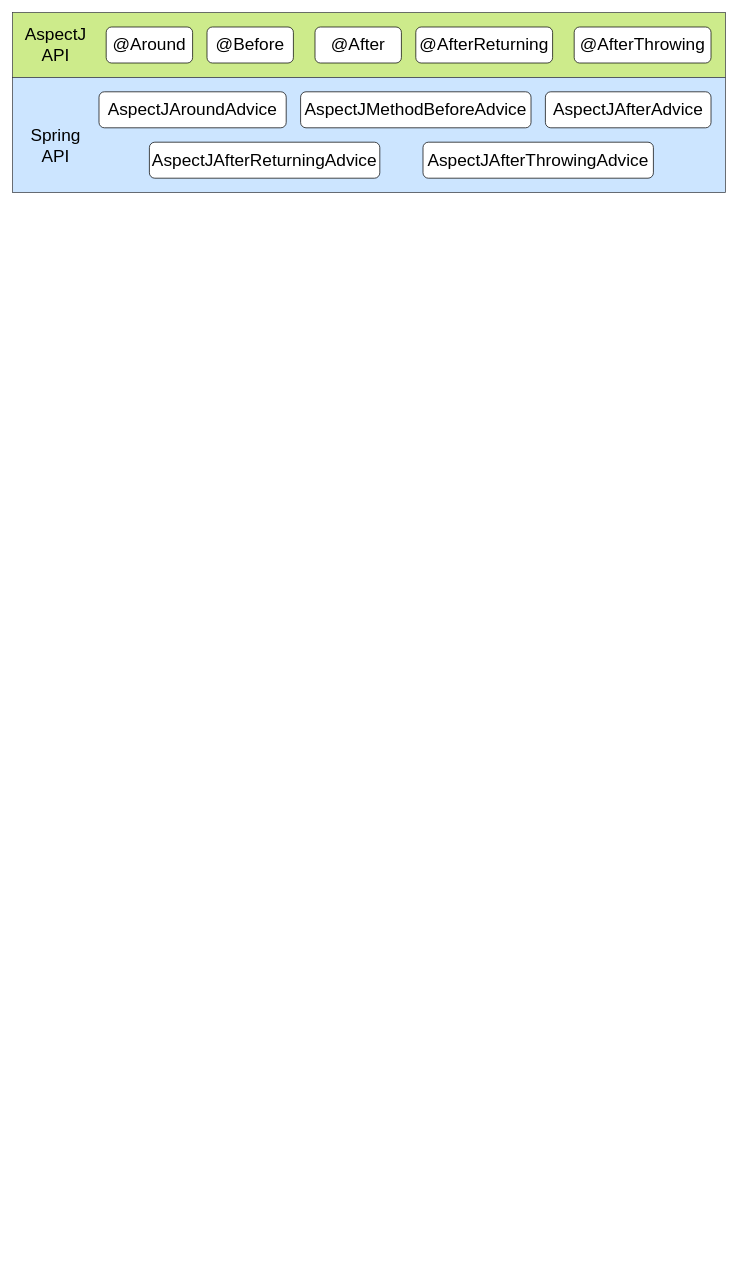
The draw.io diagram spring/AOP-AspectJ-Advice.drawio in GitHeP/diagrams, before the edit. Source tidied: cells renumbered, new cells numbered last; positions are measured from the earlier drawing's top-left corner, leaving out a move shared by most shapes. Both pictures are drawn from the tidied source at 72%, with x=0, y=0 at pixel (12, 12).
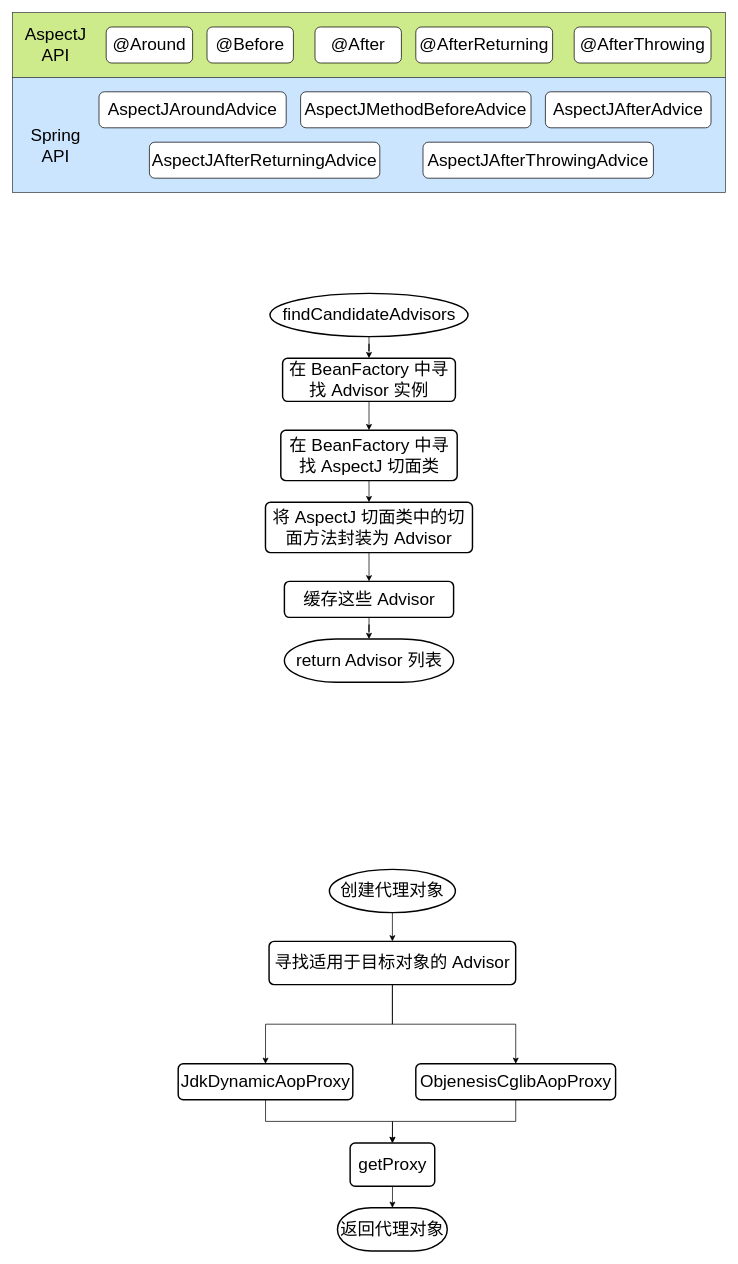
The same diagram, later.

The edit, as a diff of the source:
```diff
@@
+    <mxCell id="16" style="edgeStyle=orthogonalEdgeStyle;rounded=0;jettySize=auto;html=1;fontSize=24;" parent="1" edge="1" source="17" target="19">
+      <mxGeometry relative="1" as="geometry" />
+    </mxCell>
+    <mxCell id="17" value="findCandidateAdvisors" style="strokeWidth=2;html=1;shape=mxgraph.flowchart.start_1;whiteSpace=wrap;fontSize=24;" parent="1" vertex="1">
+      <mxGeometry x="357.5" y="390" width="275" height="60" as="geometry" />
+    </mxCell>
+    <mxCell id="18" style="edgeStyle=orthogonalEdgeStyle;rounded=0;jettySize=auto;html=1;fontSize=24;" parent="1" edge="1" source="19" target="21">
+      <mxGeometry relative="1" as="geometry" />
+    </mxCell>
+    <mxCell id="19" value="在 BeanFactory 中寻找 Advisor 实例" style="rounded=1;whiteSpace=wrap;html=1;absoluteArcSize=1;arcSize=14;strokeWidth=2;fontSize=24;" parent="1" vertex="1">
+      <mxGeometry x="375" y="480" width="240" height="60" as="geometry" />
+    </mxCell>
+    <mxCell id="20" style="edgeStyle=orthogonalEdgeStyle;rounded=0;jettySize=auto;html=1;fontSize=24;" parent="1" edge="1" source="21" target="23">
+      <mxGeometry relative="1" as="geometry" />
+    </mxCell>
+    <mxCell id="21" value="在 BeanFactory 中寻找 AspectJ 切面类" style="rounded=1;whiteSpace=wrap;html=1;absoluteArcSize=1;arcSize=14;strokeWidth=2;fontSize=24;" parent="1" vertex="1">
+      <mxGeometry x="372.5" y="580" width="245" height="70" as="geometry" />
+    </mxCell>
+    <mxCell id="22" style="edgeStyle=orthogonalEdgeStyle;rounded=0;jettySize=auto;html=1;fontSize=24;" parent="1" edge="1" source="23" target="25">
+      <mxGeometry relative="1" as="geometry" />
+    </mxCell>
+    <mxCell id="23" value="将 AspectJ 切面类中的切面方法封装为 Advisor" style="rounded=1;whiteSpace=wrap;html=1;absoluteArcSize=1;arcSize=14;strokeWidth=2;fontSize=24;" parent="1" vertex="1">
+      <mxGeometry x="351.2" y="680" width="287.5" height="70" as="geometry" />
+    </mxCell>
+    <mxCell id="24" style="edgeStyle=orthogonalEdgeStyle;rounded=0;jettySize=auto;html=1;fontSize=24;" parent="1" edge="1" source="25" target="26">
+      <mxGeometry relative="1" as="geometry" />
+    </mxCell>
+    <mxCell id="25" value="缓存这些 Advisor" style="rounded=1;whiteSpace=wrap;html=1;absoluteArcSize=1;arcSize=14;strokeWidth=2;fontSize=24;" parent="1" vertex="1">
+      <mxGeometry x="377.5" y="790" width="235" height="50" as="geometry" />
+    </mxCell>
+    <mxCell id="26" value="return Advisor 列表" style="strokeWidth=2;html=1;shape=mxgraph.flowchart.terminator;whiteSpace=wrap;fontSize=24;" parent="1" vertex="1">
+      <mxGeometry x="377.5" y="870" width="235" height="60" as="geometry" />
+    </mxCell>
+    <mxCell id="27" style="edgeStyle=orthogonalEdgeStyle;rounded=0;jettySize=auto;html=1;fontSize=24;" parent="1" edge="1" source="28" target="31">
+      <mxGeometry relative="1" as="geometry" />
+    </mxCell>
+    <mxCell id="28" value="创建代理对象" style="strokeWidth=2;html=1;shape=mxgraph.flowchart.start_1;whiteSpace=wrap;fontSize=24;" parent="1" vertex="1">
+      <mxGeometry x="440" y="1190" width="175" height="60" as="geometry" />
+    </mxCell>
+    <mxCell id="29" style="edgeStyle=orthogonalEdgeStyle;rounded=0;jettySize=auto;html=1;entryX=0.5;entryY=0;entryDx=0;entryDy=0;fontSize=24;" parent="1" edge="1" source="31" target="33">
+      <mxGeometry relative="1" as="geometry" />
+    </mxCell>
+    <mxCell id="30" style="edgeStyle=orthogonalEdgeStyle;rounded=0;jettySize=auto;html=1;fontSize=24;" parent="1" edge="1" source="31" target="35">
+      <mxGeometry relative="1" as="geometry" />
+    </mxCell>
+    <mxCell id="31" value="寻找适用于目标对象的 Advisor" style="rounded=1;whiteSpace=wrap;html=1;absoluteArcSize=1;arcSize=14;strokeWidth=2;fontSize=24;" parent="1" vertex="1">
+      <mxGeometry x="356.2" y="1290" width="342.5" height="60" as="geometry" />
+    </mxCell>
+    <mxCell id="32" style="edgeStyle=orthogonalEdgeStyle;rounded=0;jettySize=auto;html=1;entryX=0.5;entryY=0;entryDx=0;entryDy=0;fontSize=24;" parent="1" edge="1" source="33" target="37">
+      <mxGeometry relative="1" as="geometry" />
+    </mxCell>
+    <mxCell id="33" value="JdkDynamicAopProxy" style="rounded=1;whiteSpace=wrap;html=1;absoluteArcSize=1;arcSize=14;strokeWidth=2;fontSize=24;" parent="1" vertex="1">
+      <mxGeometry x="230" y="1460" width="242.5" height="50" as="geometry" />
+    </mxCell>
+    <mxCell id="34" style="edgeStyle=orthogonalEdgeStyle;rounded=0;jettySize=auto;html=1;entryX=0.5;entryY=0;entryDx=0;entryDy=0;fontSize=24;" parent="1" edge="1" source="35" target="37">
+      <mxGeometry relative="1" as="geometry" />
+    </mxCell>
+    <mxCell id="35" value="ObjenesisCglibAopProxy" style="rounded=1;whiteSpace=wrap;html=1;absoluteArcSize=1;arcSize=14;strokeWidth=2;fontSize=24;" parent="1" vertex="1">
+      <mxGeometry x="560" y="1460" width="277.5" height="50" as="geometry" />
+    </mxCell>
+    <mxCell id="36" style="edgeStyle=orthogonalEdgeStyle;rounded=0;jettySize=auto;html=1;fontSize=24;" parent="1" edge="1" source="37" target="38">
+      <mxGeometry relative="1" as="geometry" />
+    </mxCell>
+    <mxCell id="37" value="getProxy" style="rounded=1;whiteSpace=wrap;html=1;absoluteArcSize=1;arcSize=14;strokeWidth=2;fontSize=24;" parent="1" vertex="1">
+      <mxGeometry x="468.8" y="1570" width="117.5" height="60" as="geometry" />
+    </mxCell>
+    <mxCell id="38" value="返回代理对象" style="strokeWidth=2;html=1;shape=mxgraph.flowchart.terminator;whiteSpace=wrap;fontSize=24;" parent="1" vertex="1">
+      <mxGeometry x="451.2" y="1660" width="152.5" height="60" as="geometry" />
+    </mxCell>
```
